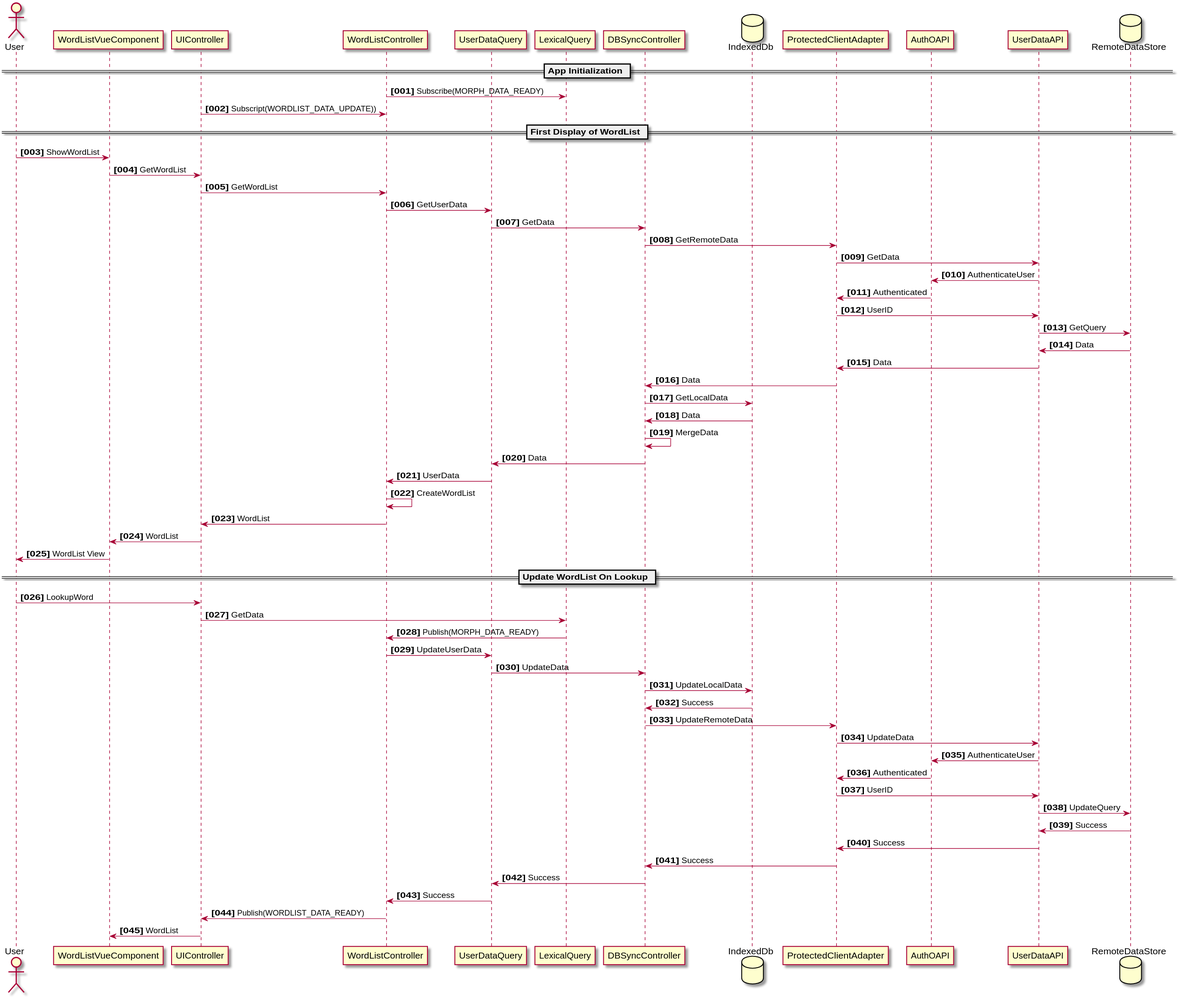
Before: development/app-architecture/dbsync-controller-architecture.svg, a diagram exported from PlantUML (alpheios-project/documentation). Its diagram source:
```plantuml
@startuml
autonumber "<b>[000]"
actor User
participant WordListVueComponent as W
participant UIController as U
participant WordListController as C
participant UserDataQuery as Q
participant LexicalQuery as L
participant DBSyncController as S
database IndexedDb as I
participant ProtectedClientAdapter as P
participant AuthOAPI as O
participant UserDataAPI as D
database RemoteDataStore as B

== App Initialization ==
C -> L: Subscribe(MORPH_DATA_READY)
U -> C: Subscript(WORDLIST_DATA_UPDATE))

== First Display of WordList ==
User -> W: ShowWordList
W -> U: GetWordList
U -> C: GetWordList
C -> Q: GetUserData
Q -> S: GetData
S -> P: GetRemoteData
P -> D: GetData
D -> O: AuthenticateUser
O -> P: Authenticated
P -> D: UserID
D -> B: GetQuery
B -> D: Data
D -> P: Data
P -> S: Data
S -> I: GetLocalData
I -> S: Data
S -> S: MergeData
S -> Q: Data
Q -> C: UserData
C -> C: CreateWordList
C -> U: WordList
U -> W: WordList
W -> User: WordList View

== Update WordList On Lookup ==
User -> U: LookupWord
U -> L: GetData
L -> C: Publish(MORPH_DATA_READY)
C -> Q: UpdateUserData
Q -> S: UpdateData
S -> I: UpdateLocalData
I -> S: Success
S -> P: UpdateRemoteData
P -> D: UpdateData
D -> O: AuthenticateUser
O -> P: Authenticated
P -> D: UserID
D -> B: UpdateQuery
B -> D: Success
D -> P: Success
P -> S: Success
S -> Q: Success
Q -> C: Success
C -> U: Publish(WORDLIST_DATA_READY)
U -> W: WordList
@enduml
```
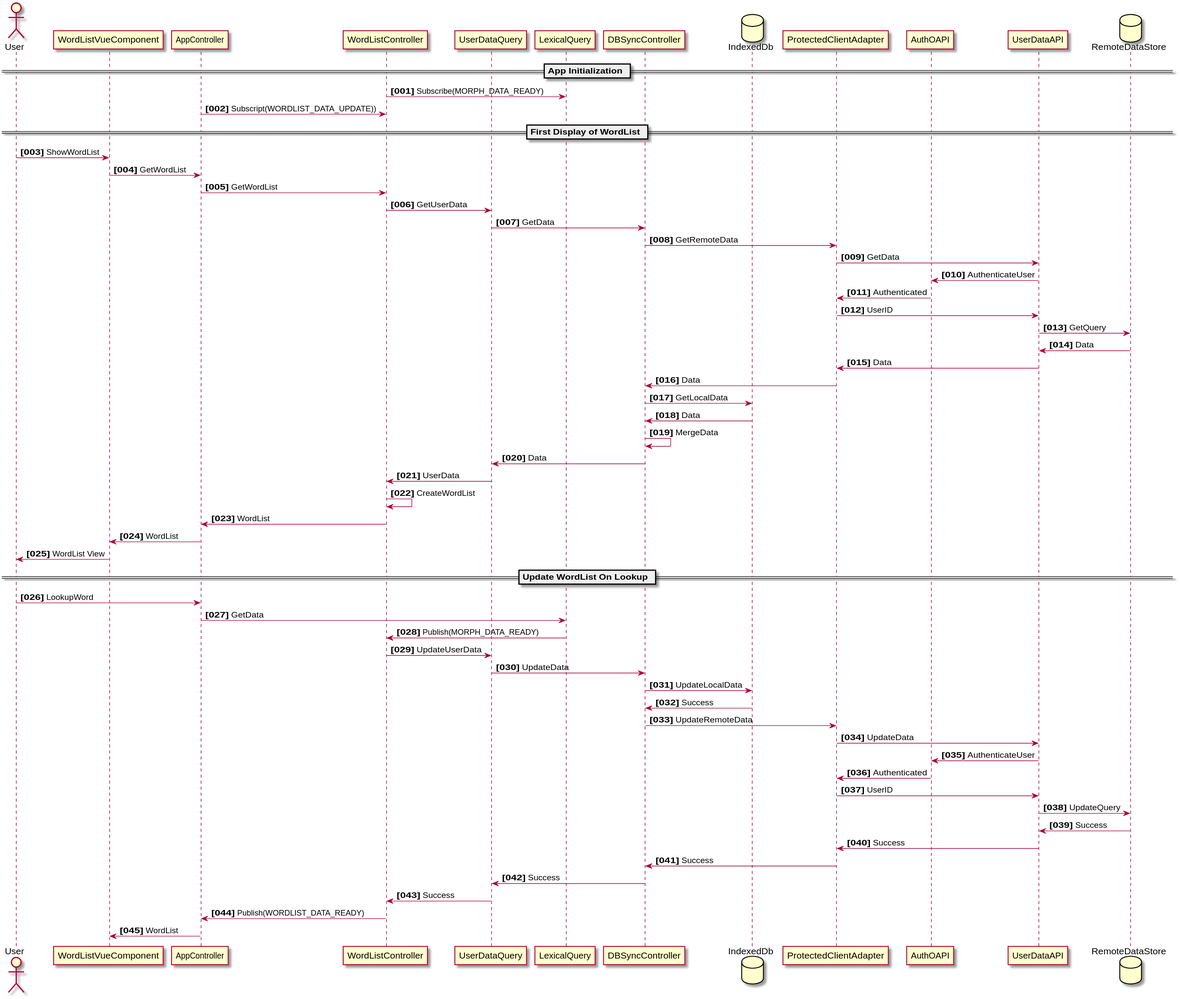
The same diagram one commit later.

The edit, as a diff of the source:
```diff
@@ -2,7 +2,7 @@
 autonumber "<b>[000]"
 actor User
 participant WordListVueComponent as W
-participant UIController as U
+participant AppController as U
 participant WordListController as C
 participant UserDataQuery as Q
 participant LexicalQuery as L
```
